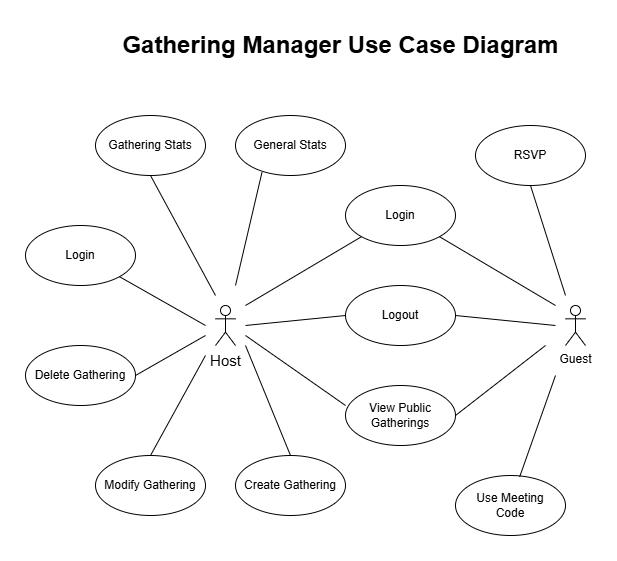
Kaleb-Scott/GatheringManager keeps this draw.io diagram as gatheringmanager/Documents/04_Use_Case_Diagram.png. Above is the earlier version. Source tidied: cells renumbered, new cells last; positions are measured from the earlier drawing's top-left corner, leaving out a move shared by most shapes.
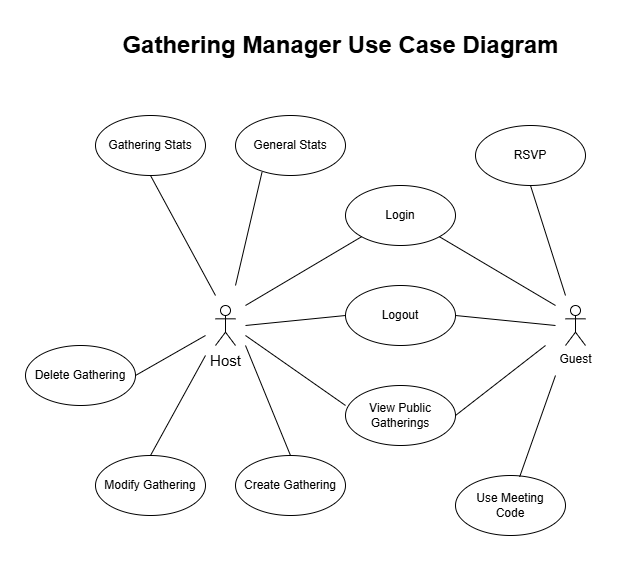
Later version of the same file.

Diff of the diagram source:
```diff
@@ -11,9 +11,6 @@
     <mxCell id="4" value="Guest" style="shape=umlActor;verticalLabelPosition=bottom;verticalAlign=top;html=1;" parent="2" vertex="1">
       <mxGeometry x="540" y="190" width="20" height="40" as="geometry" />
     </mxCell>
-    <mxCell id="5" value="Login" style="ellipse;whiteSpace=wrap;html=1;" parent="2" vertex="1">
-      <mxGeometry y="110" width="110" height="60" as="geometry" />
-    </mxCell>
     <mxCell id="6" value="Logout" style="ellipse;whiteSpace=wrap;html=1;" parent="2" vertex="1">
       <mxGeometry x="320" y="170" width="110" height="60" as="geometry" />
     </mxCell>
@@ -59,11 +56,6 @@
         <mxPoint x="180" y="220" as="sourcePoint" />
       </mxGeometry>
     </mxCell>
-    <mxCell id="19" style="endArrow=none;html=1;rounded=0;entryX=1;entryY=1;entryDx=0;entryDy=0;" parent="2" edge="1" target="5">
-      <mxGeometry relative="1" as="geometry">
-        <mxPoint x="180" y="210" as="sourcePoint" />
-      </mxGeometry>
-    </mxCell>
     <mxCell id="20" style="endArrow=none;html=1;rounded=0;entryX=0.5;entryY=1;entryDx=0;entryDy=0;" parent="2" edge="1" target="13">
       <mxGeometry relative="1" as="geometry">
         <mxPoint x="190" y="180" as="sourcePoint" />
```
